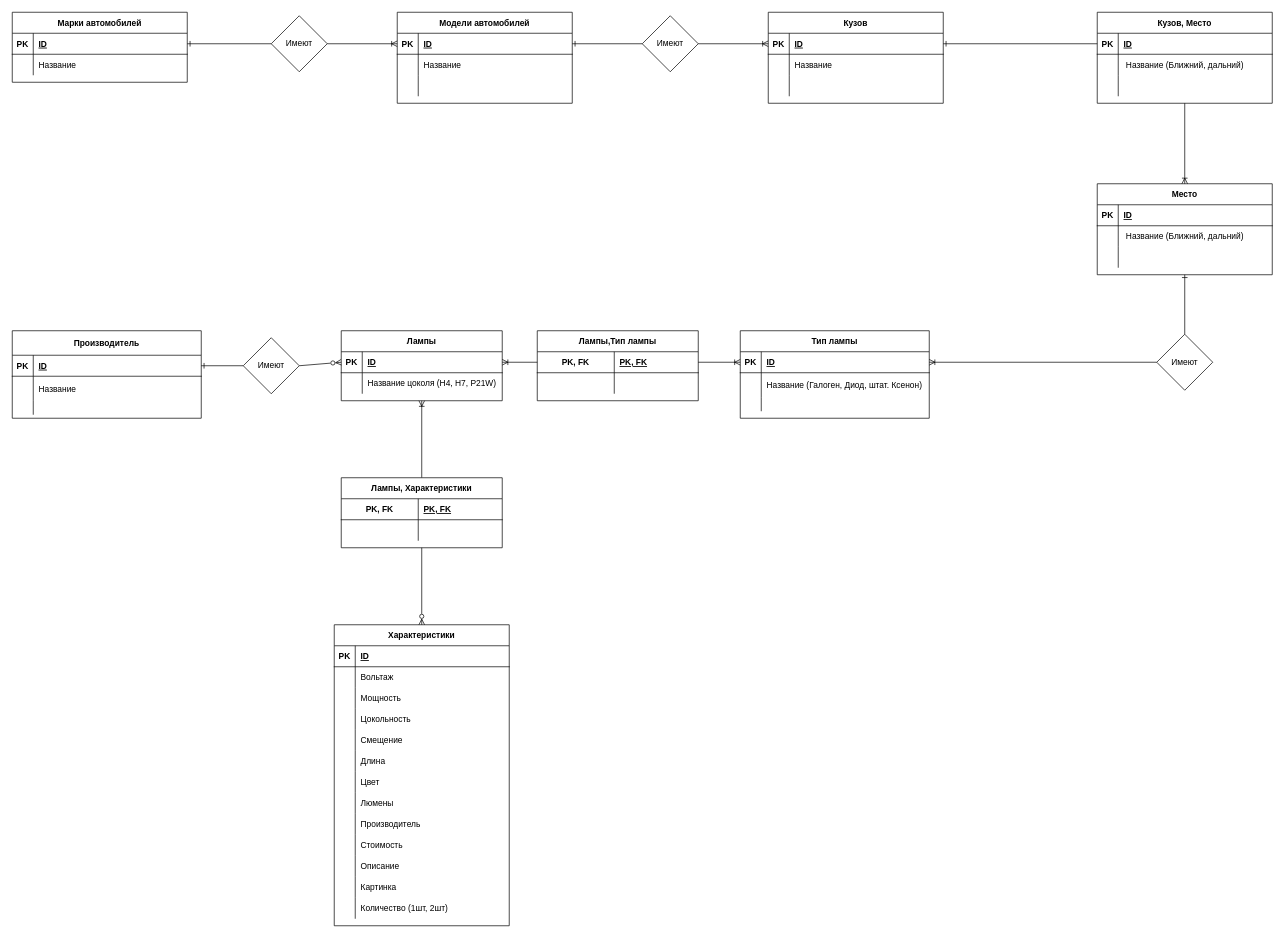
Earlier version of the draw.io diagram Схема сущностей.drawio (pokakaite/Avtosvet_project). Source tidied: cells renumbered, new cells numbered last; positions are measured from the earlier drawing's top-left corner, leaving out a move shared by most shapes. Both pictures are drawn from the tidied source at 70%, with x=0, y=0 at pixel (12, 12).
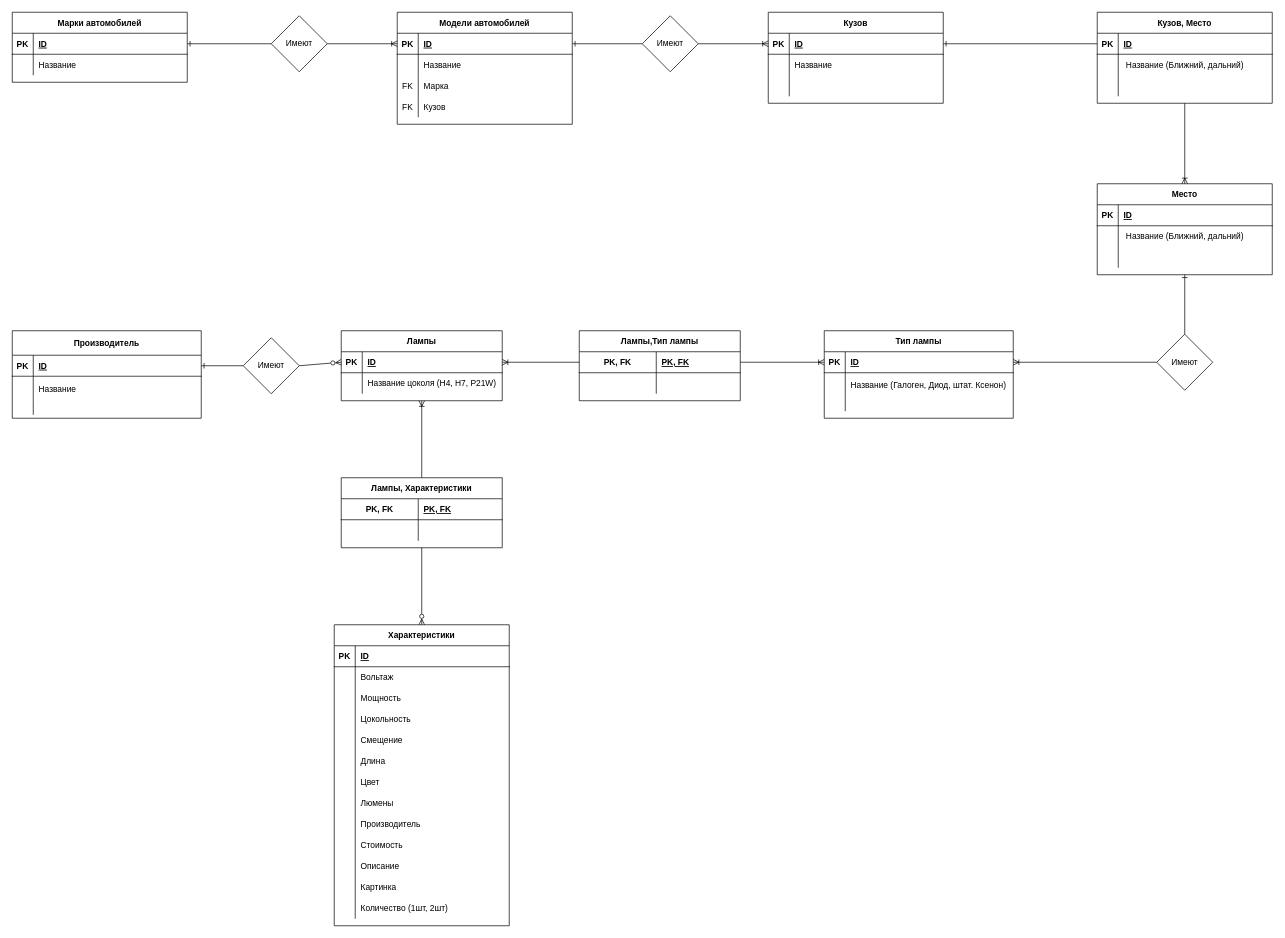
The same diagram, later.

The change refers to these unchanged cells:
```xml
<mxCell id="64" style="shape=partialRectangle;fillColor=none;top=0;left=0;right=0;bottom=0;" parent="57" vertex="1">
  <mxGeometry y="90" width="250" height="30" as="geometry" />
</mxCell>
```

Change to the diagram source:
```diff
@@
     <mxCell id="57" value="Модели автомобилей" style="shape=table;startSize=30;childLayout=tableLayout;rowLines=0;fontStyle=1;align=center;" parent="1" vertex="1">
-      <mxGeometry x="550" width="250" height="130" as="geometry" />
+      <mxGeometry x="550" width="250" height="160" as="geometry" />
     </mxCell>
@@
-    <mxCell id="65" style="shape=partialRectangle;overflow=hidden;fillColor=none;top=0;left=0;bottom=0;right=0;" parent="64" vertex="1">
+    <mxCell id="65" value="FK" style="shape=partialRectangle;overflow=hidden;fillColor=none;top=0;left=0;bottom=0;right=0;" parent="64" vertex="1">
       <mxGeometry width="30" height="30" as="geometry" />
     </mxCell>
-    <mxCell id="66" style="shape=partialRectangle;overflow=hidden;fillColor=none;top=0;left=0;bottom=0;right=0;align=left;spacingLeft=6;" parent="64" vertex="1">
+    <mxCell id="66" value="Марка" style="shape=partialRectangle;overflow=hidden;fillColor=none;top=0;left=0;bottom=0;right=0;align=left;spacingLeft=6;" parent="64" vertex="1">
       <mxGeometry x="30" width="220" height="30" as="geometry" />
     </mxCell>
+    <mxCell id="148" style="shape=partialRectangle;fillColor=none;top=0;left=0;right=0;bottom=0;" parent="57" vertex="1">
+      <mxGeometry y="120" width="250" height="30" as="geometry" />
+    </mxCell>
+    <mxCell id="149" value="FK" style="shape=partialRectangle;overflow=hidden;fillColor=none;top=0;left=0;bottom=0;right=0;" parent="148" vertex="1">
+      <mxGeometry width="30" height="30" as="geometry" />
+    </mxCell>
+    <mxCell id="150" value="Кузов" style="shape=partialRectangle;overflow=hidden;fillColor=none;top=0;left=0;bottom=0;right=0;align=left;spacingLeft=6;" parent="148" vertex="1">
+      <mxGeometry x="30" width="220" height="30" as="geometry" />
+    </mxCell>
@@
     <mxCell id="88" value="Тип лампы" style="shape=table;startSize=30;childLayout=tableLayout;rowLines=0;fontStyle=1;align=center;" parent="1" vertex="1">
-      <mxGeometry x="1040" y="455" width="270" height="125" as="geometry" />
+      <mxGeometry x="1160" y="455" width="270" height="125" as="geometry" />
     </mxCell>
@@
     <mxCell id="116" value="Лампы,Тип лампы" style="shape=table;startSize=30;childLayout=tableLayout;rowLines=0;fontStyle=1;align=center;" parent="1" vertex="1">
-      <mxGeometry x="750" y="455" width="230" height="100" as="geometry" />
+      <mxGeometry x="810" y="455" width="230" height="100" as="geometry" />
     </mxCell>
```
